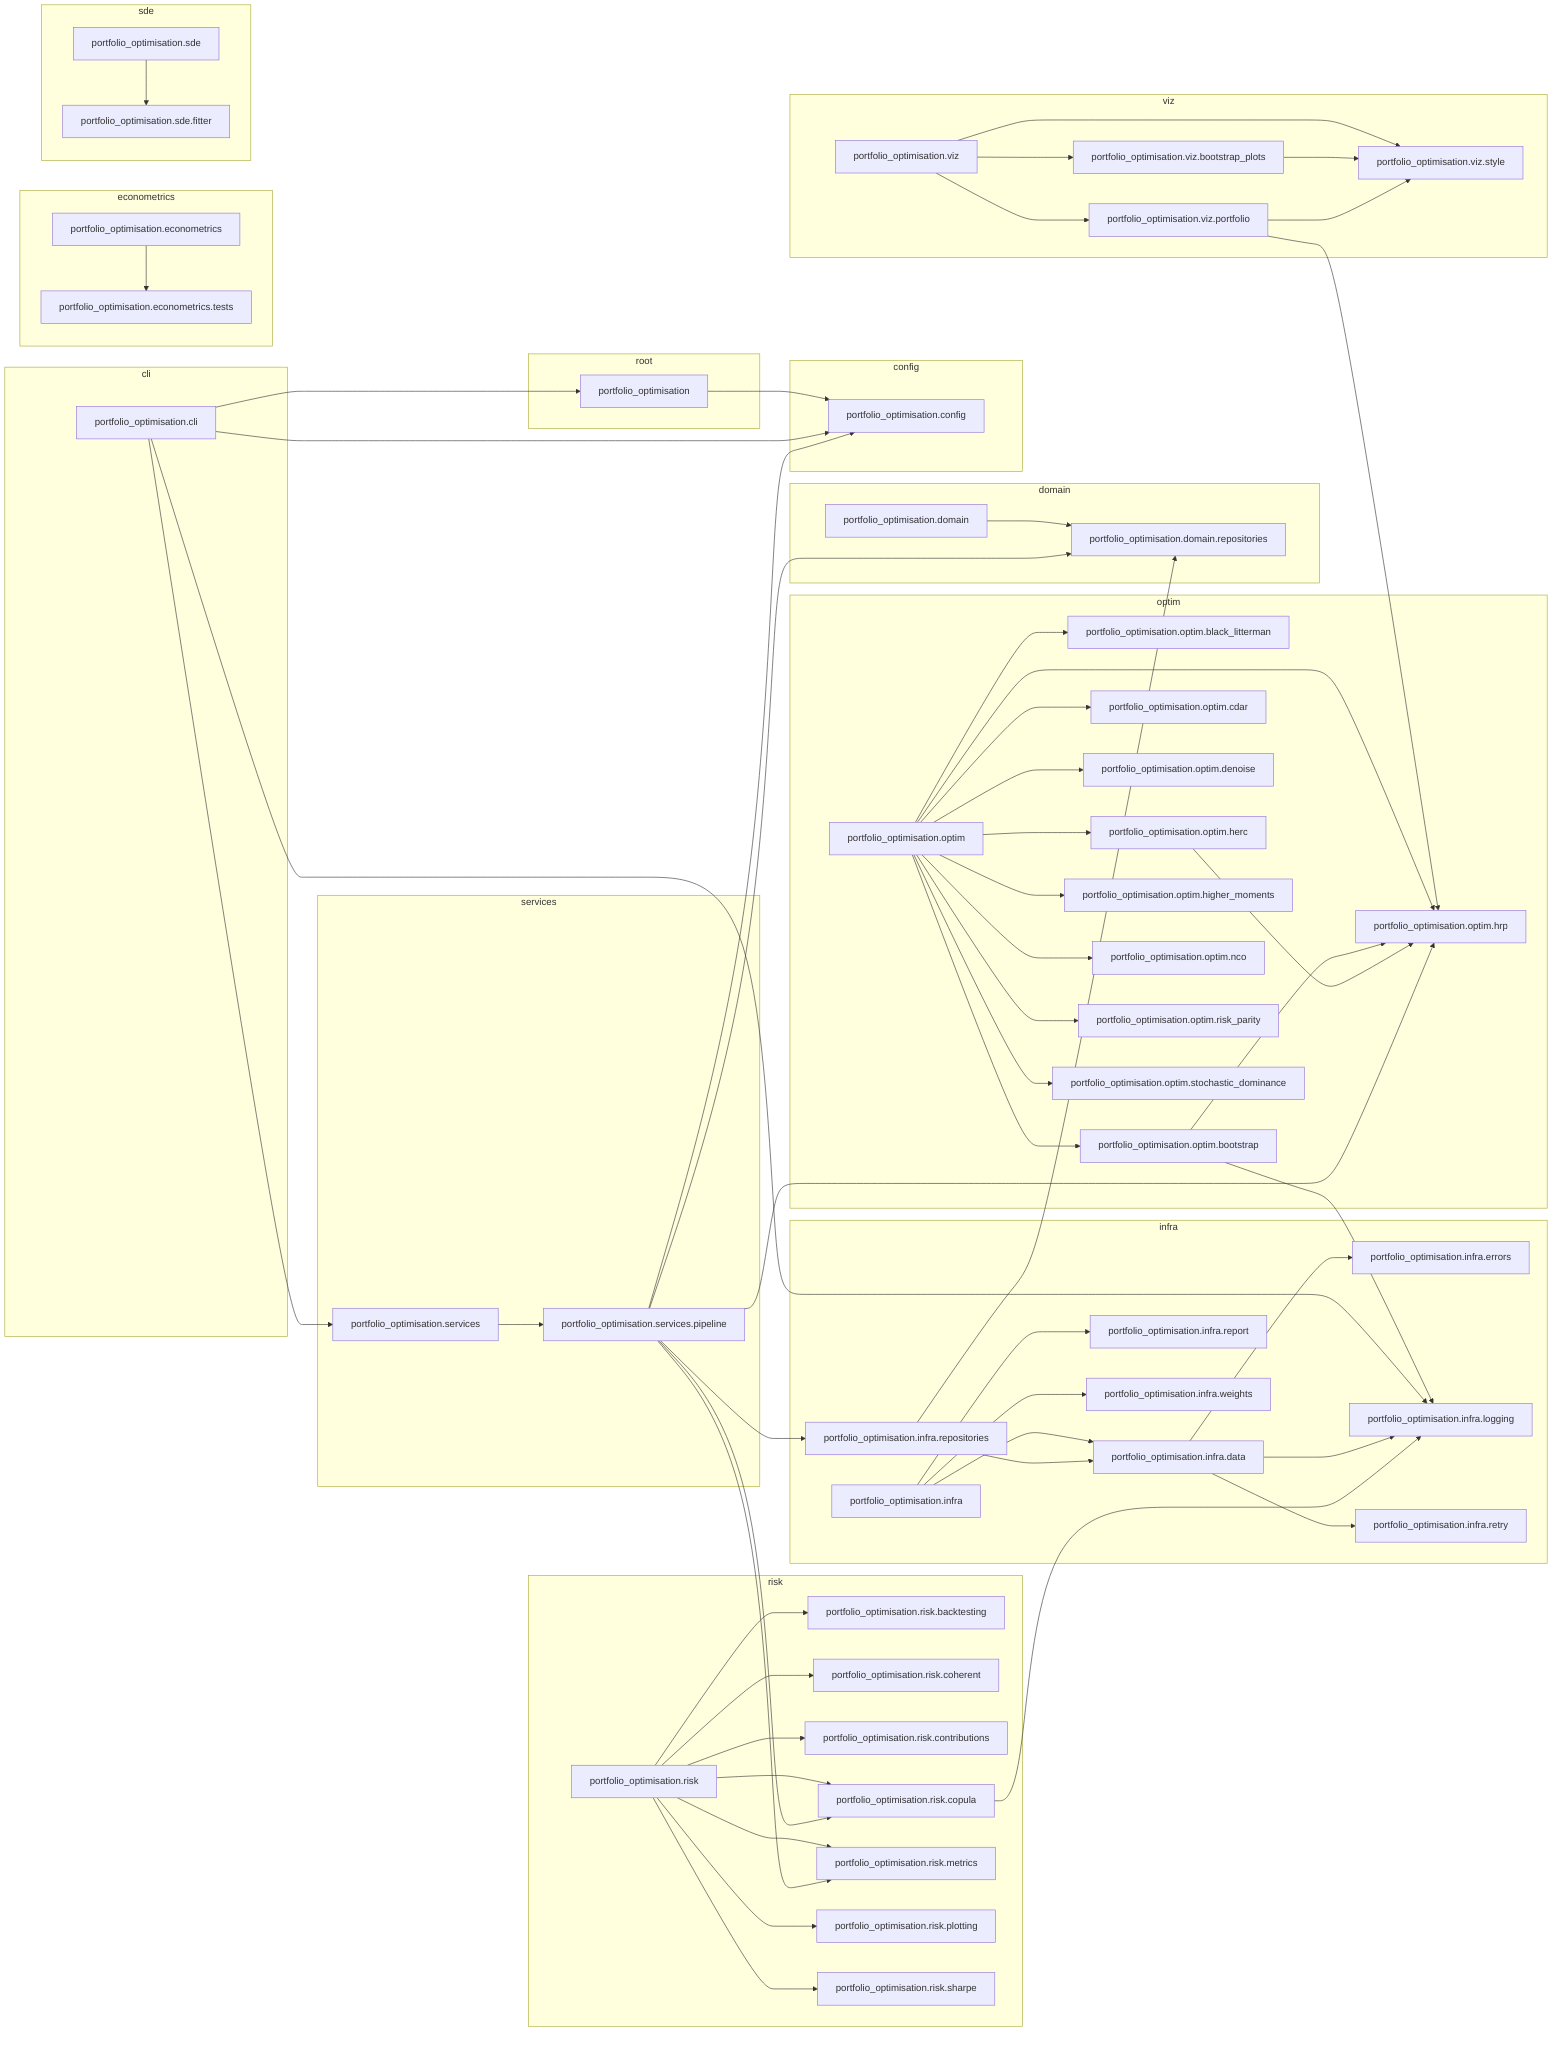
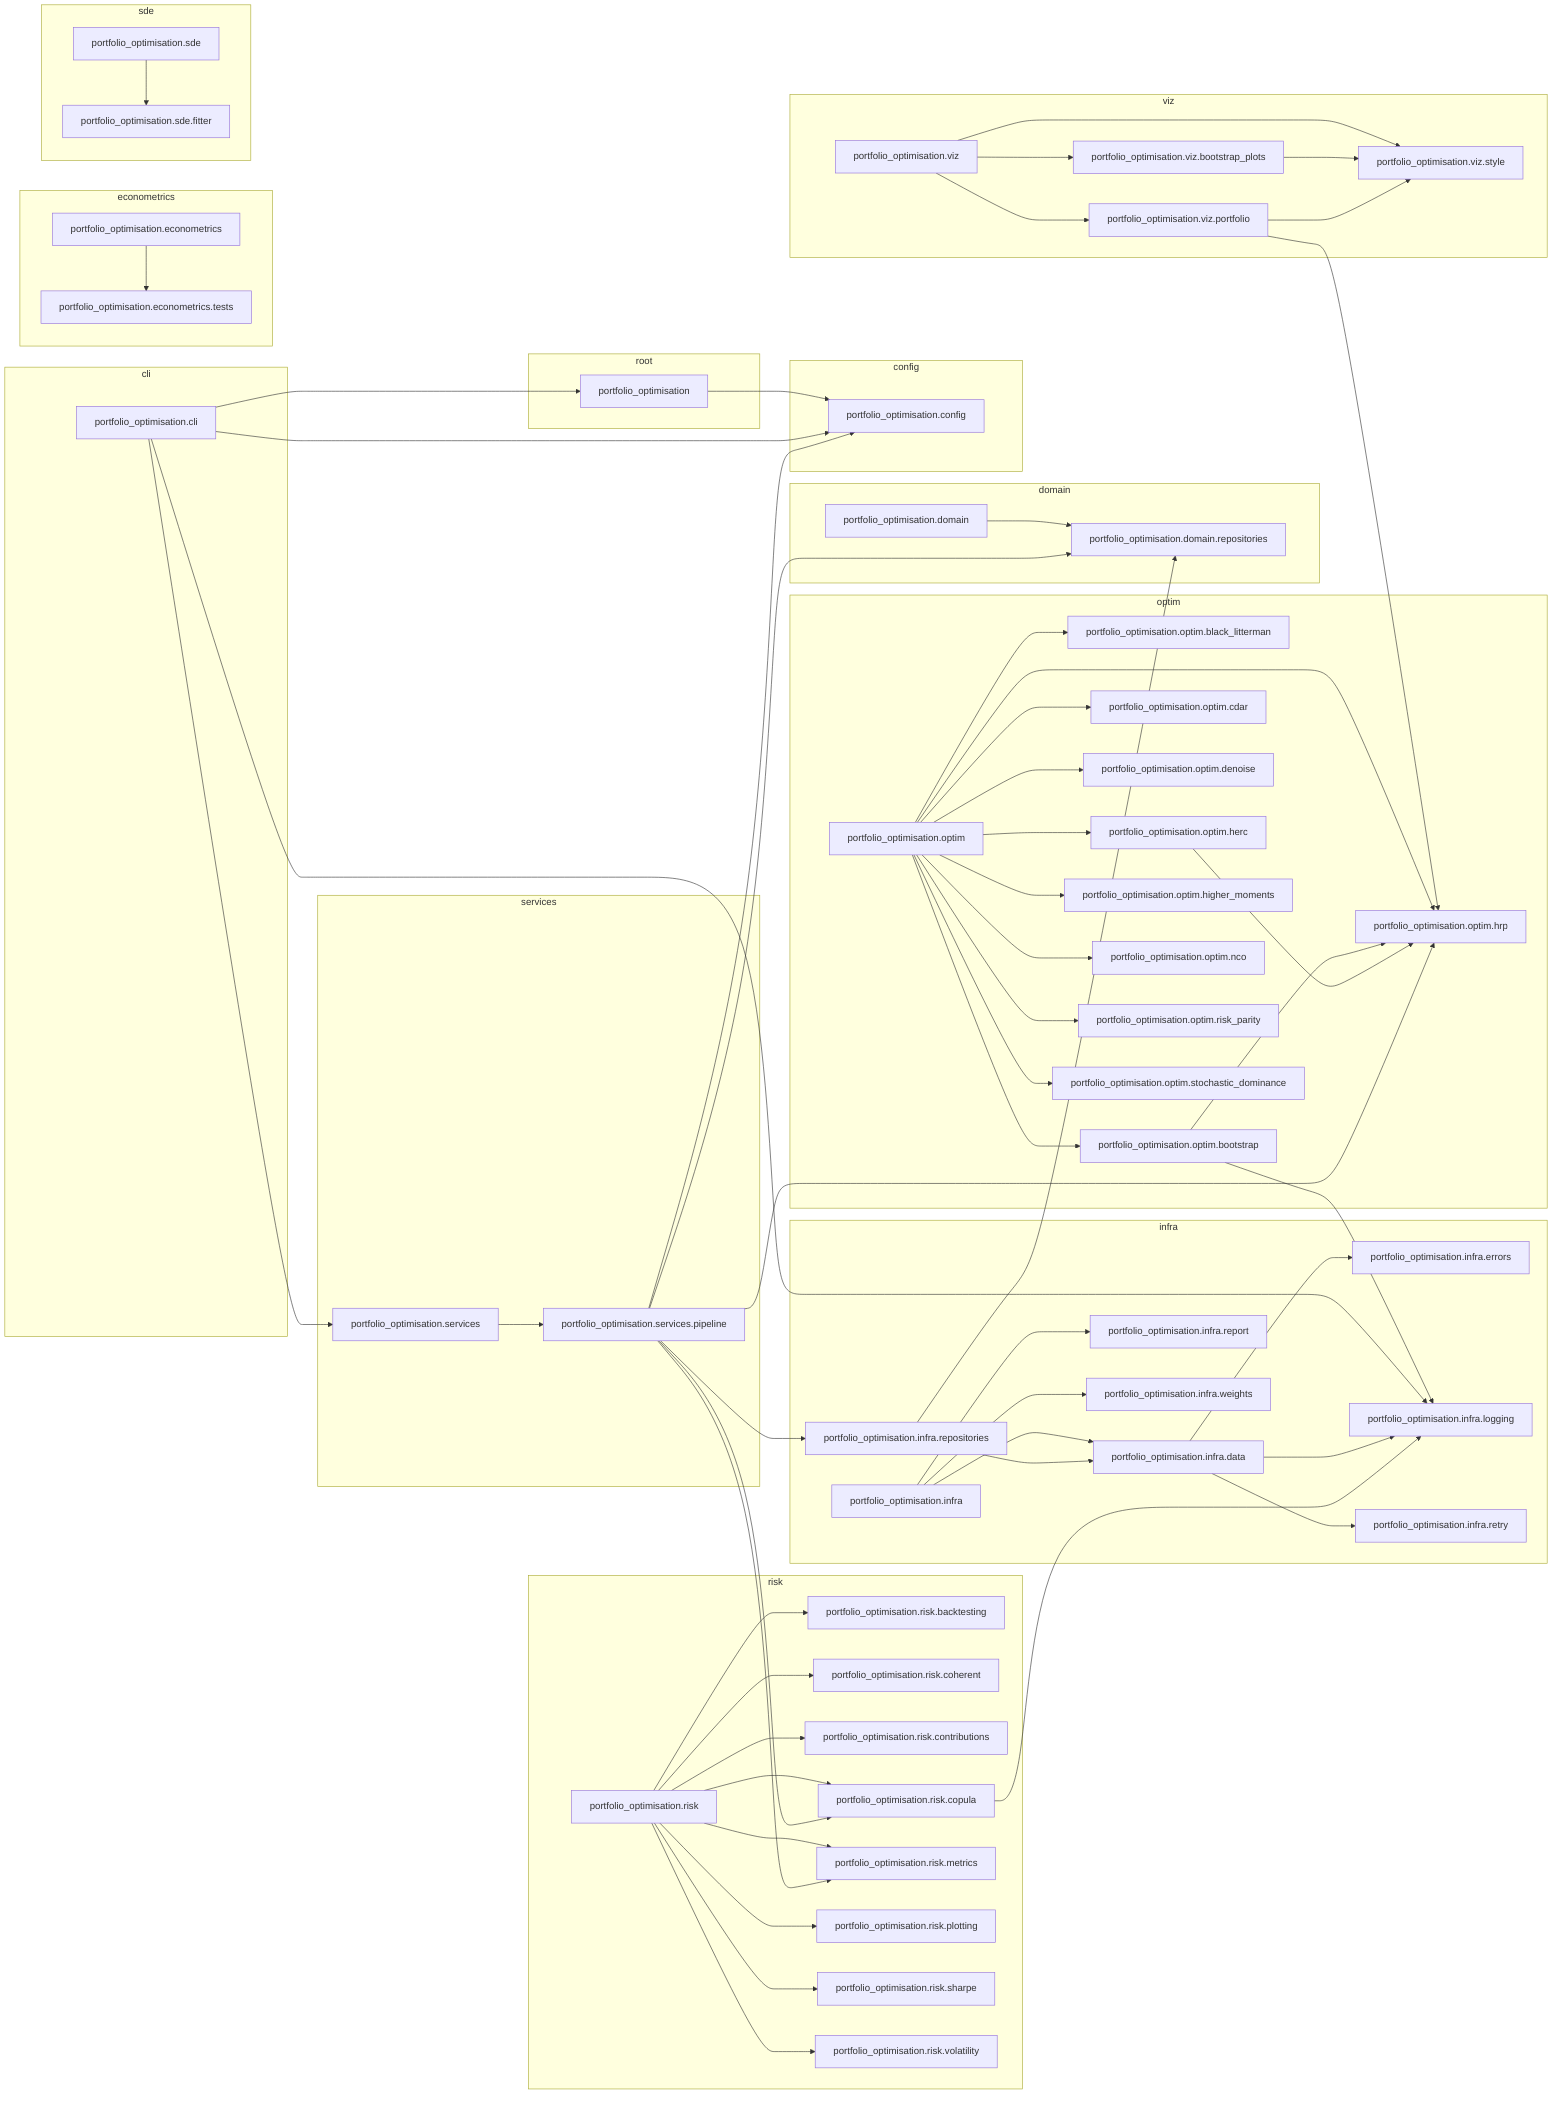
flowchart LR
    subgraph cli
        portfolio_optimisation_cli["portfolio_optimisation.cli"]
    end
    subgraph config
        portfolio_optimisation_config["portfolio_optimisation.config"]
    end
    subgraph domain
        portfolio_optimisation_domain["portfolio_optimisation.domain"]
        portfolio_optimisation_domain_repositories["portfolio_optimisation.domain.repositories"]
    end
    subgraph econometrics
        portfolio_optimisation_econometrics["portfolio_optimisation.econometrics"]
        portfolio_optimisation_econometrics_tests["portfolio_optimisation.econometrics.tests"]
    end
    subgraph infra
        portfolio_optimisation_infra["portfolio_optimisation.infra"]
        portfolio_optimisation_infra_data["portfolio_optimisation.infra.data"]
        portfolio_optimisation_infra_errors["portfolio_optimisation.infra.errors"]
        portfolio_optimisation_infra_logging["portfolio_optimisation.infra.logging"]
        portfolio_optimisation_infra_report["portfolio_optimisation.infra.report"]
        portfolio_optimisation_infra_repositories["portfolio_optimisation.infra.repositories"]
        portfolio_optimisation_infra_retry["portfolio_optimisation.infra.retry"]
        portfolio_optimisation_infra_weights["portfolio_optimisation.infra.weights"]
    end
    subgraph optim
        portfolio_optimisation_optim["portfolio_optimisation.optim"]
        portfolio_optimisation_optim_black_litterman["portfolio_optimisation.optim.black_litterman"]
        portfolio_optimisation_optim_bootstrap["portfolio_optimisation.optim.bootstrap"]
        portfolio_optimisation_optim_cdar["portfolio_optimisation.optim.cdar"]
        portfolio_optimisation_optim_denoise["portfolio_optimisation.optim.denoise"]
        portfolio_optimisation_optim_herc["portfolio_optimisation.optim.herc"]
        portfolio_optimisation_optim_higher_moments["portfolio_optimisation.optim.higher_moments"]
        portfolio_optimisation_optim_hrp["portfolio_optimisation.optim.hrp"]
        portfolio_optimisation_optim_nco["portfolio_optimisation.optim.nco"]
        portfolio_optimisation_optim_risk_parity["portfolio_optimisation.optim.risk_parity"]
        portfolio_optimisation_optim_stochastic_dominance["portfolio_optimisation.optim.stochastic_dominance"]
    end
    subgraph risk
        portfolio_optimisation_risk["portfolio_optimisation.risk"]
        portfolio_optimisation_risk_backtesting["portfolio_optimisation.risk.backtesting"]
        portfolio_optimisation_risk_coherent["portfolio_optimisation.risk.coherent"]
        portfolio_optimisation_risk_contributions["portfolio_optimisation.risk.contributions"]
        portfolio_optimisation_risk_copula["portfolio_optimisation.risk.copula"]
        portfolio_optimisation_risk_metrics["portfolio_optimisation.risk.metrics"]
        portfolio_optimisation_risk_plotting["portfolio_optimisation.risk.plotting"]
        portfolio_optimisation_risk_sharpe["portfolio_optimisation.risk.sharpe"]
+         portfolio_optimisation_risk_volatility["portfolio_optimisation.risk.volatility"]
    end
    subgraph root
        portfolio_optimisation["portfolio_optimisation"]
    end
    subgraph sde
        portfolio_optimisation_sde["portfolio_optimisation.sde"]
        portfolio_optimisation_sde_fitter["portfolio_optimisation.sde.fitter"]
    end
    subgraph services
        portfolio_optimisation_services["portfolio_optimisation.services"]
        portfolio_optimisation_services_pipeline["portfolio_optimisation.services.pipeline"]
    end
    subgraph viz
        portfolio_optimisation_viz["portfolio_optimisation.viz"]
        portfolio_optimisation_viz_bootstrap_plots["portfolio_optimisation.viz.bootstrap_plots"]
        portfolio_optimisation_viz_portfolio["portfolio_optimisation.viz.portfolio"]
        portfolio_optimisation_viz_style["portfolio_optimisation.viz.style"]
    end
    portfolio_optimisation --> portfolio_optimisation_config
    portfolio_optimisation_cli --> portfolio_optimisation
    portfolio_optimisation_cli --> portfolio_optimisation_config
    portfolio_optimisation_cli --> portfolio_optimisation_infra_logging
    portfolio_optimisation_cli --> portfolio_optimisation_services
    portfolio_optimisation_domain --> portfolio_optimisation_domain_repositories
    portfolio_optimisation_econometrics --> portfolio_optimisation_econometrics_tests
    portfolio_optimisation_infra --> portfolio_optimisation_infra_data
    portfolio_optimisation_infra --> portfolio_optimisation_infra_report
    portfolio_optimisation_infra --> portfolio_optimisation_infra_weights
    portfolio_optimisation_infra_data --> portfolio_optimisation_infra_errors
    portfolio_optimisation_infra_data --> portfolio_optimisation_infra_logging
    portfolio_optimisation_infra_data --> portfolio_optimisation_infra_retry
    portfolio_optimisation_infra_repositories --> portfolio_optimisation_domain_repositories
    portfolio_optimisation_infra_repositories --> portfolio_optimisation_infra_data
    portfolio_optimisation_optim --> portfolio_optimisation_optim_black_litterman
    portfolio_optimisation_optim --> portfolio_optimisation_optim_bootstrap
    portfolio_optimisation_optim --> portfolio_optimisation_optim_cdar
    portfolio_optimisation_optim --> portfolio_optimisation_optim_denoise
    portfolio_optimisation_optim --> portfolio_optimisation_optim_herc
    portfolio_optimisation_optim --> portfolio_optimisation_optim_higher_moments
    portfolio_optimisation_optim --> portfolio_optimisation_optim_hrp
    portfolio_optimisation_optim --> portfolio_optimisation_optim_nco
    portfolio_optimisation_optim --> portfolio_optimisation_optim_risk_parity
    portfolio_optimisation_optim --> portfolio_optimisation_optim_stochastic_dominance
    portfolio_optimisation_optim_bootstrap --> portfolio_optimisation_infra_logging
    portfolio_optimisation_optim_bootstrap --> portfolio_optimisation_optim_hrp
    portfolio_optimisation_optim_herc --> portfolio_optimisation_optim_hrp
    portfolio_optimisation_risk --> portfolio_optimisation_risk_backtesting
    portfolio_optimisation_risk --> portfolio_optimisation_risk_coherent
    portfolio_optimisation_risk --> portfolio_optimisation_risk_contributions
    portfolio_optimisation_risk --> portfolio_optimisation_risk_copula
    portfolio_optimisation_risk --> portfolio_optimisation_risk_metrics
    portfolio_optimisation_risk --> portfolio_optimisation_risk_plotting
    portfolio_optimisation_risk --> portfolio_optimisation_risk_sharpe
+     portfolio_optimisation_risk --> portfolio_optimisation_risk_volatility
    portfolio_optimisation_risk_copula --> portfolio_optimisation_infra_logging
    portfolio_optimisation_sde --> portfolio_optimisation_sde_fitter
    portfolio_optimisation_services --> portfolio_optimisation_services_pipeline
    portfolio_optimisation_services_pipeline --> portfolio_optimisation_config
    portfolio_optimisation_services_pipeline --> portfolio_optimisation_domain_repositories
    portfolio_optimisation_services_pipeline --> portfolio_optimisation_infra_repositories
    portfolio_optimisation_services_pipeline --> portfolio_optimisation_optim_hrp
    portfolio_optimisation_services_pipeline --> portfolio_optimisation_risk_copula
    portfolio_optimisation_services_pipeline --> portfolio_optimisation_risk_metrics
    portfolio_optimisation_viz --> portfolio_optimisation_viz_bootstrap_plots
    portfolio_optimisation_viz --> portfolio_optimisation_viz_portfolio
    portfolio_optimisation_viz --> portfolio_optimisation_viz_style
    portfolio_optimisation_viz_bootstrap_plots --> portfolio_optimisation_viz_style
    portfolio_optimisation_viz_portfolio --> portfolio_optimisation_optim_hrp
    portfolio_optimisation_viz_portfolio --> portfolio_optimisation_viz_style
